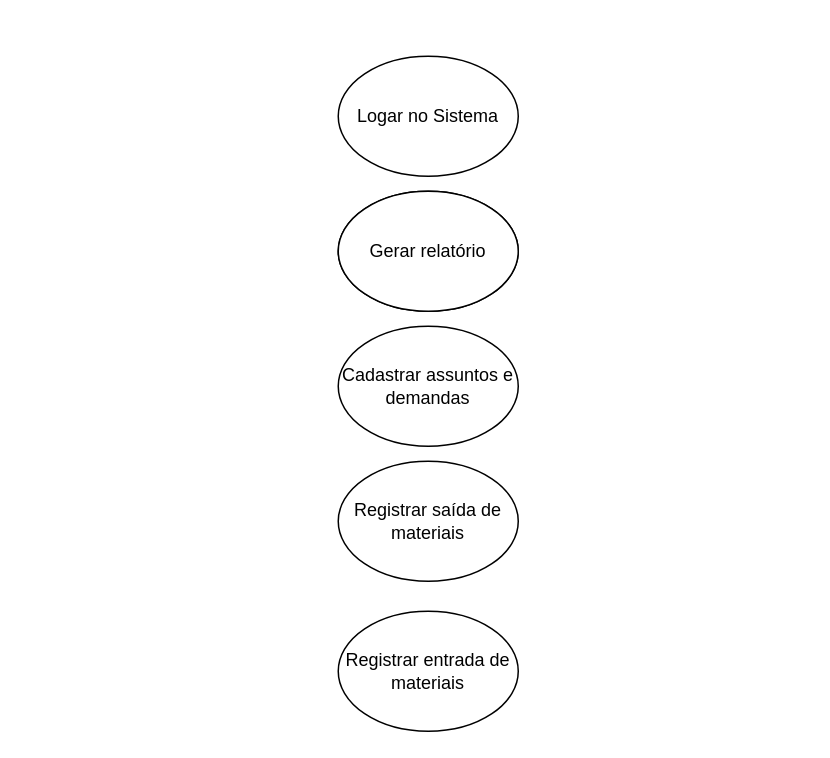
Thiago18l/APS.2020.1 keeps this draw.io diagram as DiagramaCasodeUso.drawio. Above is the earlier version. Source tidied: cells renumbered, new cells numbered last; positions are measured from the earlier drawing's top-left corner, leaving out a move shared by most shapes. Both pictures are drawn from the tidied source at 150%, with x=0, y=0 at pixel (338, 56).
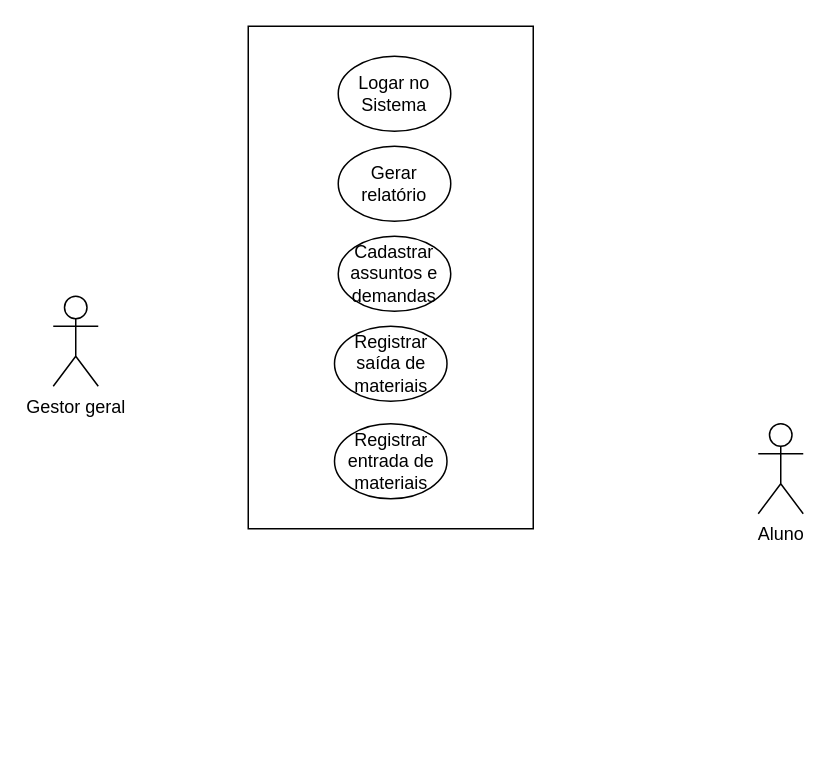
The same page after the edit.

The edit, as a diff of the source:
```diff
@@
 <mxGraphModel>
   <root>
     <mxCell id="0" />
     <mxCell id="1" parent="0" />
-    <mxCell id="2" style="ellipse;whiteSpace=wrap;html=1;" parent="1" vertex="1">
-      <mxGeometry y="90" width="120" height="80" as="geometry" />
-    </mxCell>
+    <mxCell id="8" style="rounded=0;whiteSpace=wrap;html=1;rotation=90;" parent="1" vertex="1">
+      <mxGeometry x="-132.5" y="52.5" width="335" height="190" as="geometry" />
+    </mxCell>
     <mxCell id="3" value="Gerar relatório" style="ellipse;whiteSpace=wrap;html=1;" parent="1" vertex="1">
-      <mxGeometry y="90" width="120" height="80" as="geometry" />
+      <mxGeometry y="60" width="75" height="50" as="geometry" />
     </mxCell>
     <mxCell id="4" value="Cadastrar assuntos e demandas" style="ellipse;whiteSpace=wrap;html=1;" parent="1" vertex="1">
-      <mxGeometry y="180" width="120" height="80" as="geometry" />
+      <mxGeometry y="120" width="75" height="50" as="geometry" />
     </mxCell>
     <mxCell id="5" value="Logar no Sistema" style="ellipse;whiteSpace=wrap;html=1;" parent="1" vertex="1">
-      <mxGeometry width="120" height="80" as="geometry" />
+      <mxGeometry width="75" height="50" as="geometry" />
     </mxCell>
     <mxCell id="6" value="Registrar saída de materiais" style="ellipse;whiteSpace=wrap;html=1;" parent="1" vertex="1">
-      <mxGeometry y="270" width="120" height="80" as="geometry" />
+      <mxGeometry x="-2.5" y="180" width="75" height="50" as="geometry" />
     </mxCell>
     <mxCell id="7" value="Registrar entrada de materiais" style="ellipse;whiteSpace=wrap;html=1;" parent="1" vertex="1">
-      <mxGeometry y="370" width="120" height="80" as="geometry" />
+      <mxGeometry x="-2.5" y="245" width="75" height="50" as="geometry" />
     </mxCell>
+    <mxCell id="9" value="Gestor geral" style="shape=umlActor;verticalLabelPosition=bottom;verticalAlign=top;html=1;" parent="1" vertex="1">
+      <mxGeometry x="-190" y="160" width="30" height="60" as="geometry" />
+    </mxCell>
+    <mxCell id="10" value="&lt;div&gt;Aluno&lt;/div&gt;&lt;div&gt;&lt;br&gt;&lt;/div&gt;" style="shape=umlActor;verticalLabelPosition=bottom;verticalAlign=top;html=1;" parent="1" vertex="1">
+      <mxGeometry x="280" y="245" width="30" height="60" as="geometry" />
+    </mxCell>
   </root>
 </mxGraphModel>
```
